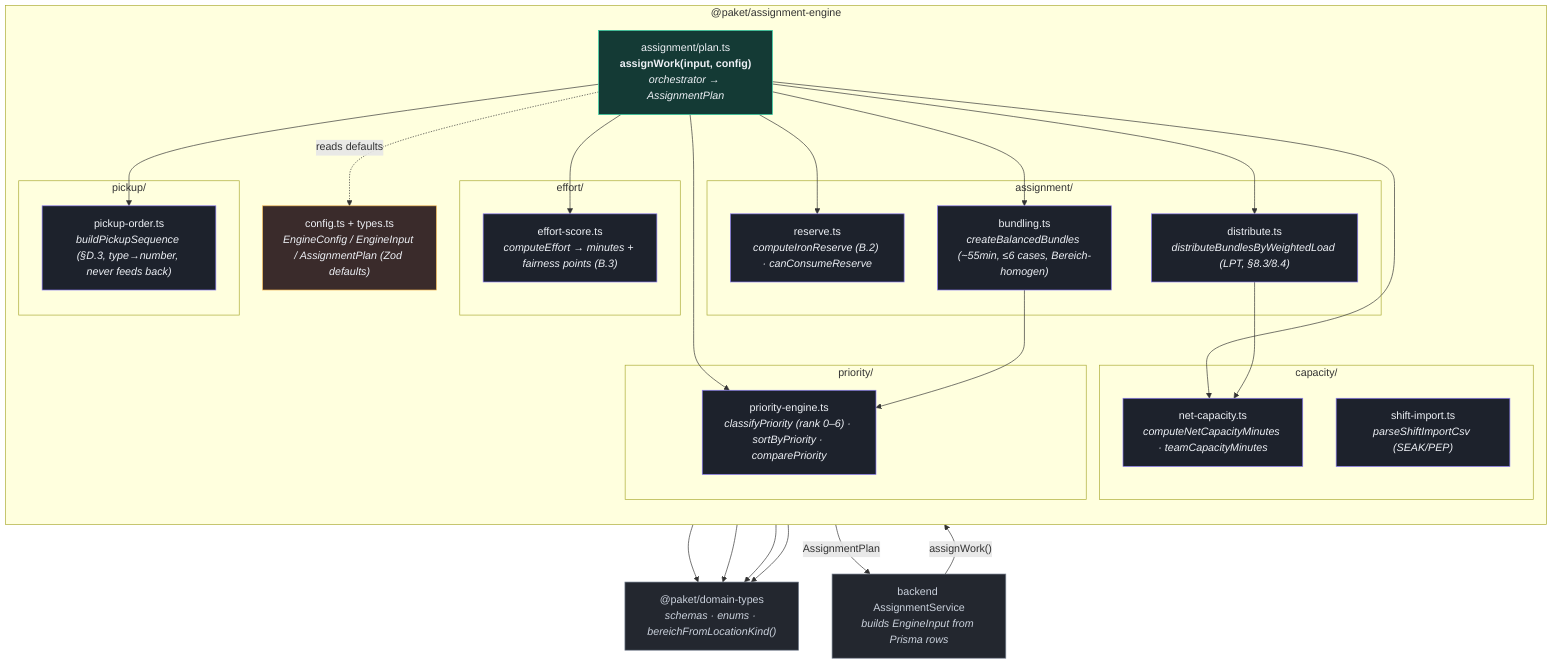
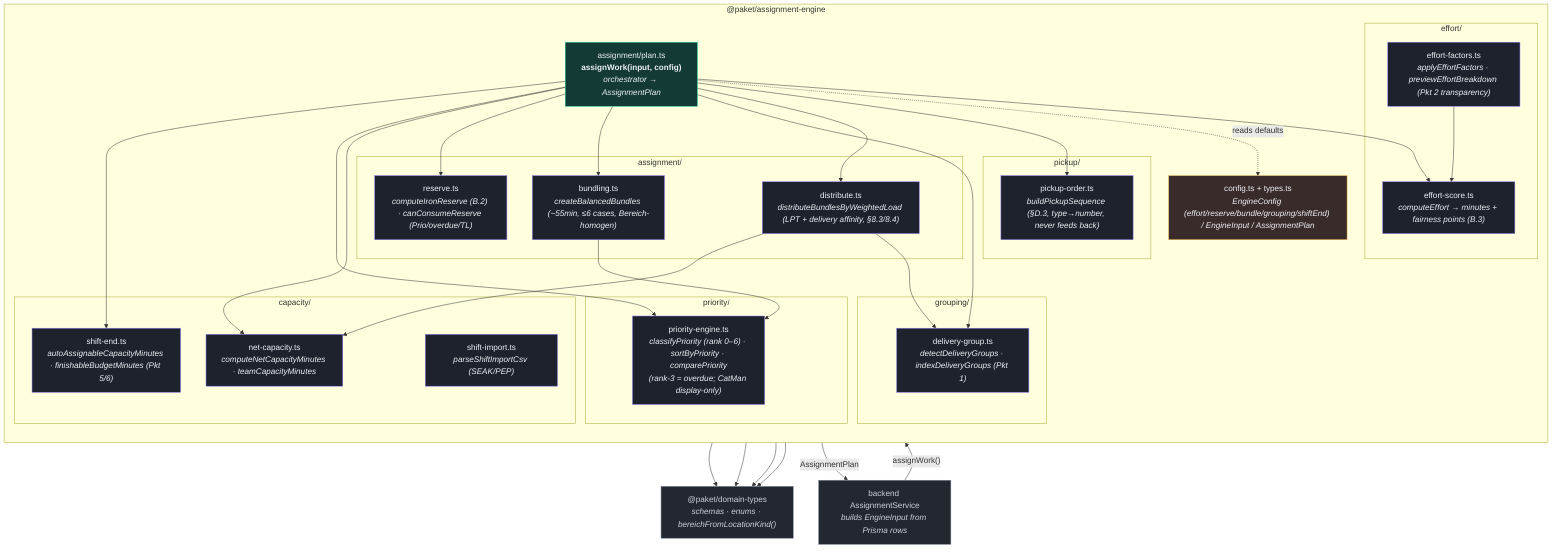
%% C4 Level 3 — Components: @paket/assignment-engine (pure, deterministic)
- %% Verified against packages/assignment-engine/src/* (assignment/plan.ts orchestrator,
- %% priority/, effort/, assignment/{reserve,bundling,distribute}.ts, capacity/, pickup/, config.ts, types.ts).
+ %% Verified against committed main: packages/assignment-engine/src/* (assignment/plan.ts orchestrator,
+ %% priority/, effort/{effort-score,effort-factors}.ts, assignment/{reserve,bundling,distribute}.ts,
+ %% capacity/{net-capacity,shift-import,shift-end}.ts, grouping/delivery-group.ts, pickup/, config.ts, types.ts).
flowchart TB
    classDef orch fill:#143a35,stroke:#2dd4a7,color:#eef1f6;
    classDef mod fill:#1d222c,stroke:#8b7cf6,color:#eef1f6;
    classDef io fill:#23272f,stroke:#7c8696,color:#cbd2dd;
    classDef cfg fill:#3a2b2b,stroke:#f5b955,color:#eef1f6;

    caller["backend AssignmentService<br/><i>builds EngineInput from Prisma rows</i>"]:::io

    subgraph engine["@paket/assignment-engine"]
        direction TB
        plan["assignment/plan.ts<br/><b>assignWork(input, config)</b><br/><i>orchestrator → AssignmentPlan</i>"]:::orch

        subgraph prio["priority/"]
-             priEng["priority-engine.ts<br/><i>classifyPriority (rank 0–6) · sortByPriority · comparePriority</i>"]:::mod
+             priEng["priority-engine.ts<br/><i>classifyPriority (rank 0–6) · sortByPriority · comparePriority<br/>(rank-3 = overdue; CatMan display-only)</i>"]:::mod
        end
        subgraph eff["effort/"]
            effSc["effort-score.ts<br/><i>computeEffort → minutes + fairness points (B.3)</i>"]:::mod
+             effFac["effort-factors.ts<br/><i>applyEffortFactors · previewEffortBreakdown (Pkt 2 transparency)</i>"]:::mod
        end
        subgraph cap["capacity/"]
            netCap["net-capacity.ts<br/><i>computeNetCapacityMinutes · teamCapacityMinutes</i>"]:::mod
            shImp["shift-import.ts<br/><i>parseShiftImportCsv (SEAK/PEP)</i>"]:::mod
+             shEnd["shift-end.ts<br/><i>autoAssignableCapacityMinutes · finishableBudgetMinutes (Pkt 5/6)</i>"]:::mod
        end
        subgraph asg["assignment/"]
-             reserve["reserve.ts<br/><i>computeIronReserve (B.2) · canConsumeReserve</i>"]:::mod
+             reserve["reserve.ts<br/><i>computeIronReserve (B.2) · canConsumeReserve (Prio/overdue/TL)</i>"]:::mod
            bundling["bundling.ts<br/><i>createBalancedBundles (~55min, ≤6 cases, Bereich-homogen)</i>"]:::mod
-             distribute["distribute.ts<br/><i>distributeBundlesByWeightedLoad (LPT, §8.3/8.4)</i>"]:::mod
+             distribute["distribute.ts<br/><i>distributeBundlesByWeightedLoad (LPT + delivery affinity, §8.3/8.4)</i>"]:::mod
+         end
+         subgraph grp["grouping/"]
+             delivery["delivery-group.ts<br/><i>detectDeliveryGroups · indexDeliveryGroups (Pkt 1)</i>"]:::mod
        end
        subgraph pck["pickup/"]
            pickup["pickup-order.ts<br/><i>buildPickupSequence (§D.3, type→number, never feeds back)</i>"]:::mod
        end
-         config["config.ts + types.ts<br/><i>EngineConfig / EngineInput / AssignmentPlan (Zod defaults)</i>"]:::cfg
+         config["config.ts + types.ts<br/><i>EngineConfig (effort/reserve/bundle/grouping/shiftEnd) / EngineInput / AssignmentPlan</i>"]:::cfg
    end

    types["@paket/domain-types<br/><i>schemas · enums · bereichFromLocationKind()</i>"]:::io

    caller -->|"assignWork()"| plan
+     plan --> shEnd
    plan --> priEng
    plan --> effSc
    plan --> netCap
    plan --> reserve
    plan --> bundling
+     plan --> delivery
    plan --> distribute
    plan --> pickup
    bundling --> priEng
    distribute --> netCap
+     distribute --> delivery
    plan -. "reads defaults" .-> config
    priEng --> types
    effSc --> types
+     effFac --> effSc
    pickup --> types
    config --> types
    plan -->|"AssignmentPlan"| caller
